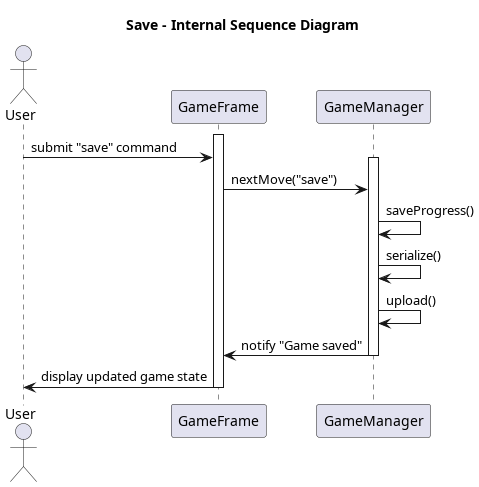
This is docs/uml/SaveInternalSequenceDiagram.png from nardib/TextAdventure, a PlantUML export, as it was before one commit.
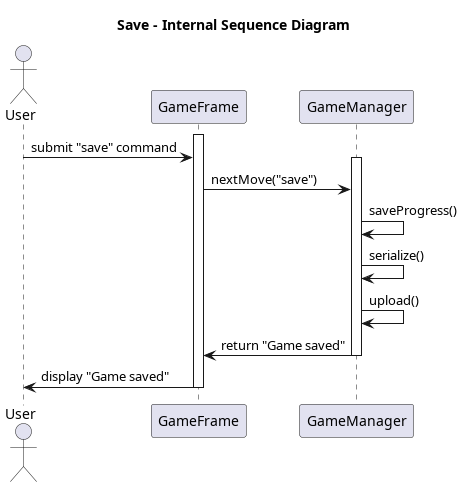
The same diagram one commit later.

Diff of the diagram source:
```diff
@@ -18,10 +18,10 @@
 
 GameManager -> GameManager : upload()
 
-GameManager -> GameFrame : notify "Game saved"
+GameManager -> GameFrame : return "Game saved"
 deactivate GameManager
 
-GameFrame -> User : display updated game state
+GameFrame -> User : display "Game saved"
 
 deactivate GameFrame
 
```
